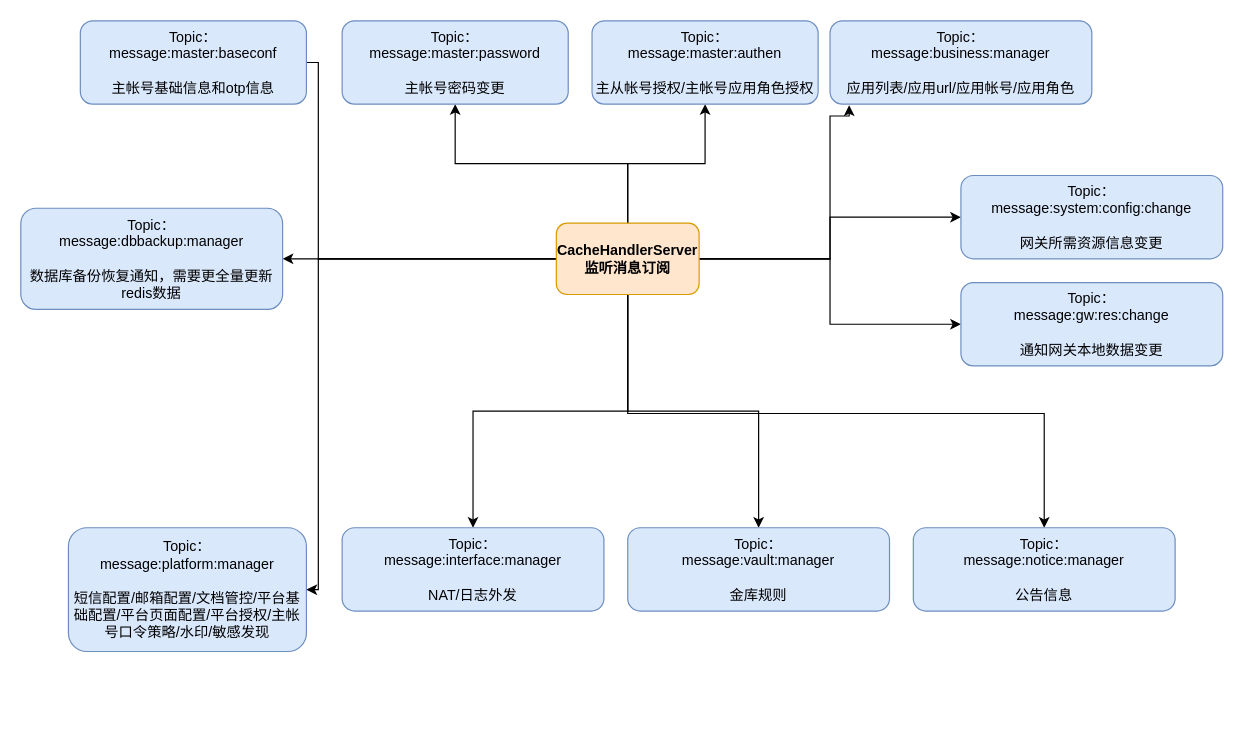
The draw.io diagram page "消息订阅列表" (4 of 18) of cachehandlersystem_消息订阅.drawio in DeanYang121/typora_images, before the edit. Source tidied: cells renumbered, new cells numbered last; positions are measured from the earlier drawing's top-left corner, leaving out a move shared by most shapes. Both pictures are drawn from the tidied source at 119%, with x=0, y=0 at pixel (20, 20).
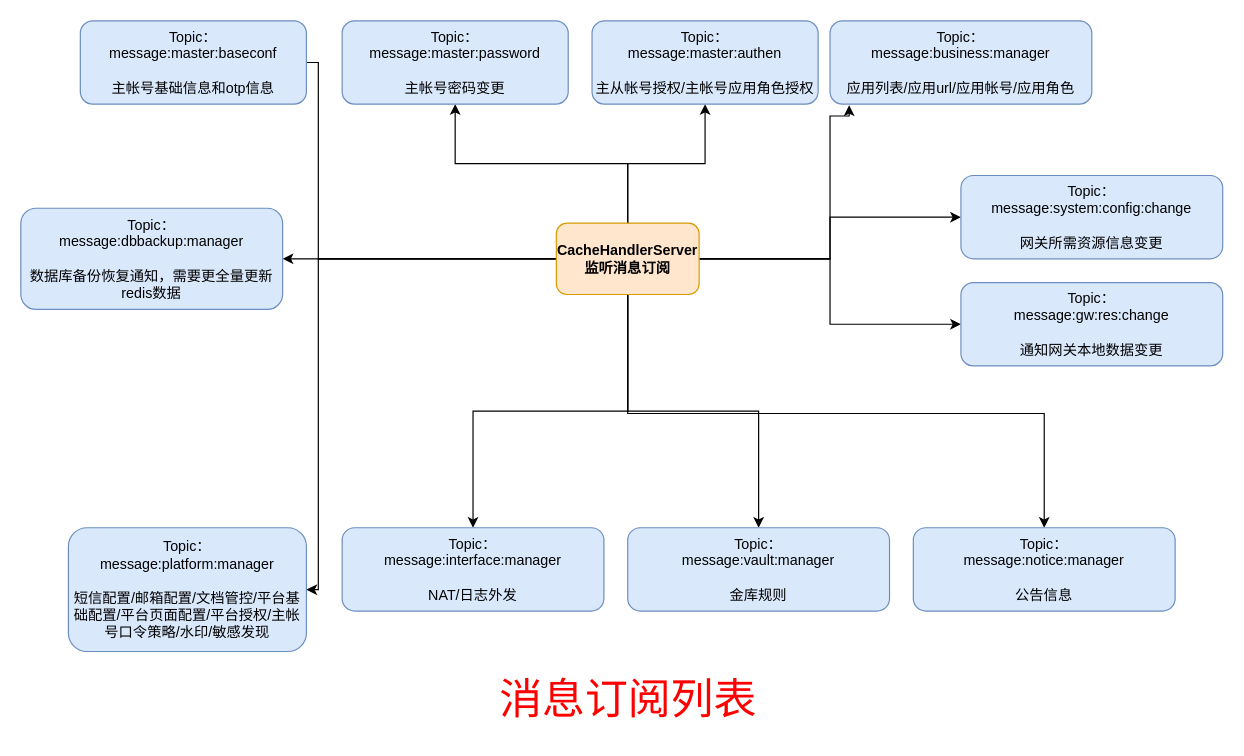
The same page after the edit.

Diff of the diagram source:
```diff
@@
+    <mxCell id="25" value="消息订阅列表" style="text;html=1;align=center;verticalAlign=middle;strokeColor=none;fillColor=none;fontSize=36;fontColor=#FF0000;" parent="1" vertex="1">
+      <mxGeometry x="390" y="540" width="240" height="60" as="geometry" />
+    </mxCell>
```
